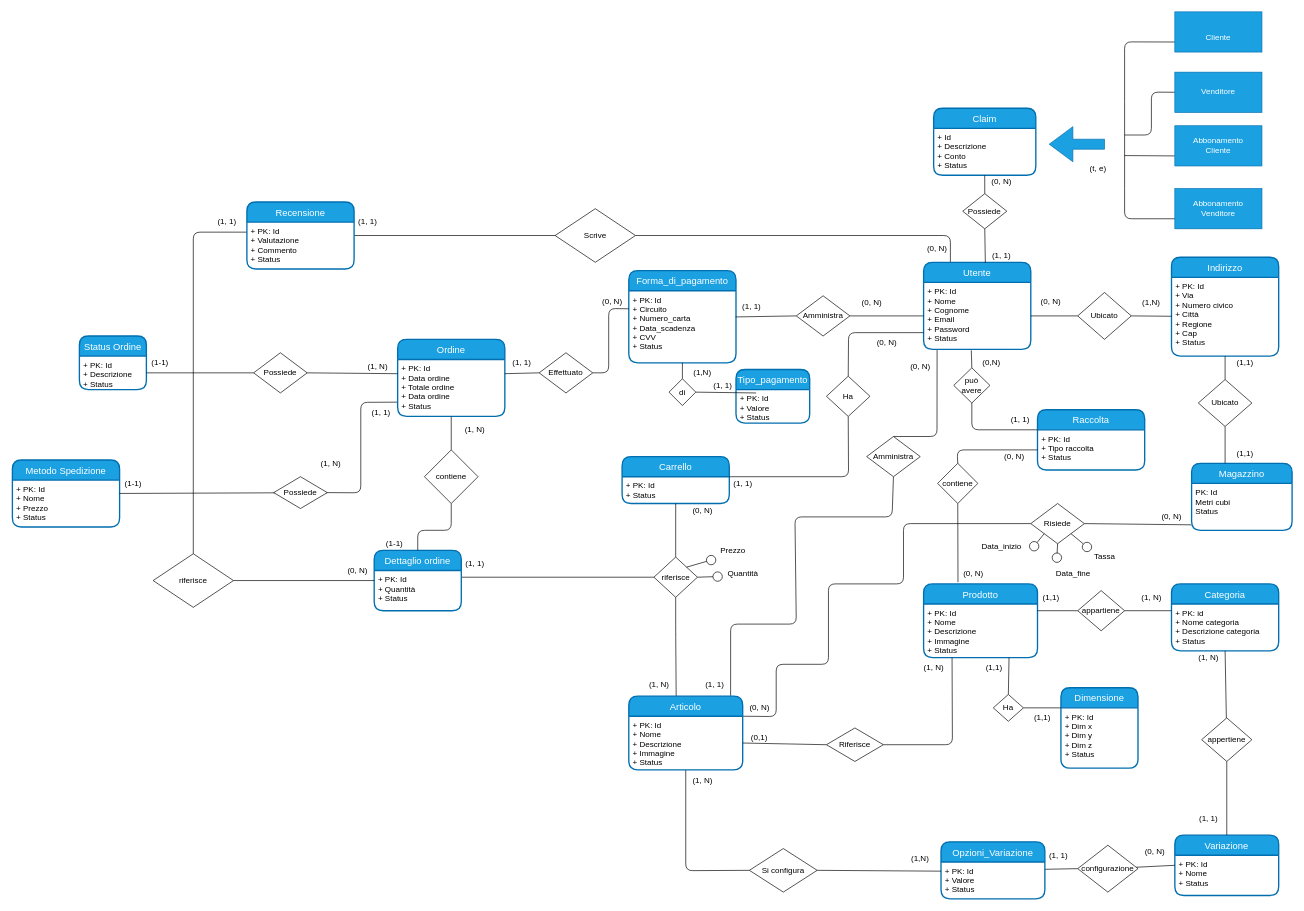
This is doc/schema_concettuale/schema_concettuale.drawio from EndriDomiUni/E-commerce, a draw.io file, before an edit. Source tidied: cells renumbered, new cells numbered last; positions are measured from the earlier drawing's top-left corner, leaving out a move shared by most shapes. Both pictures are drawn from the tidied source at 67%, with x=0, y=0 at pixel (12, 11).
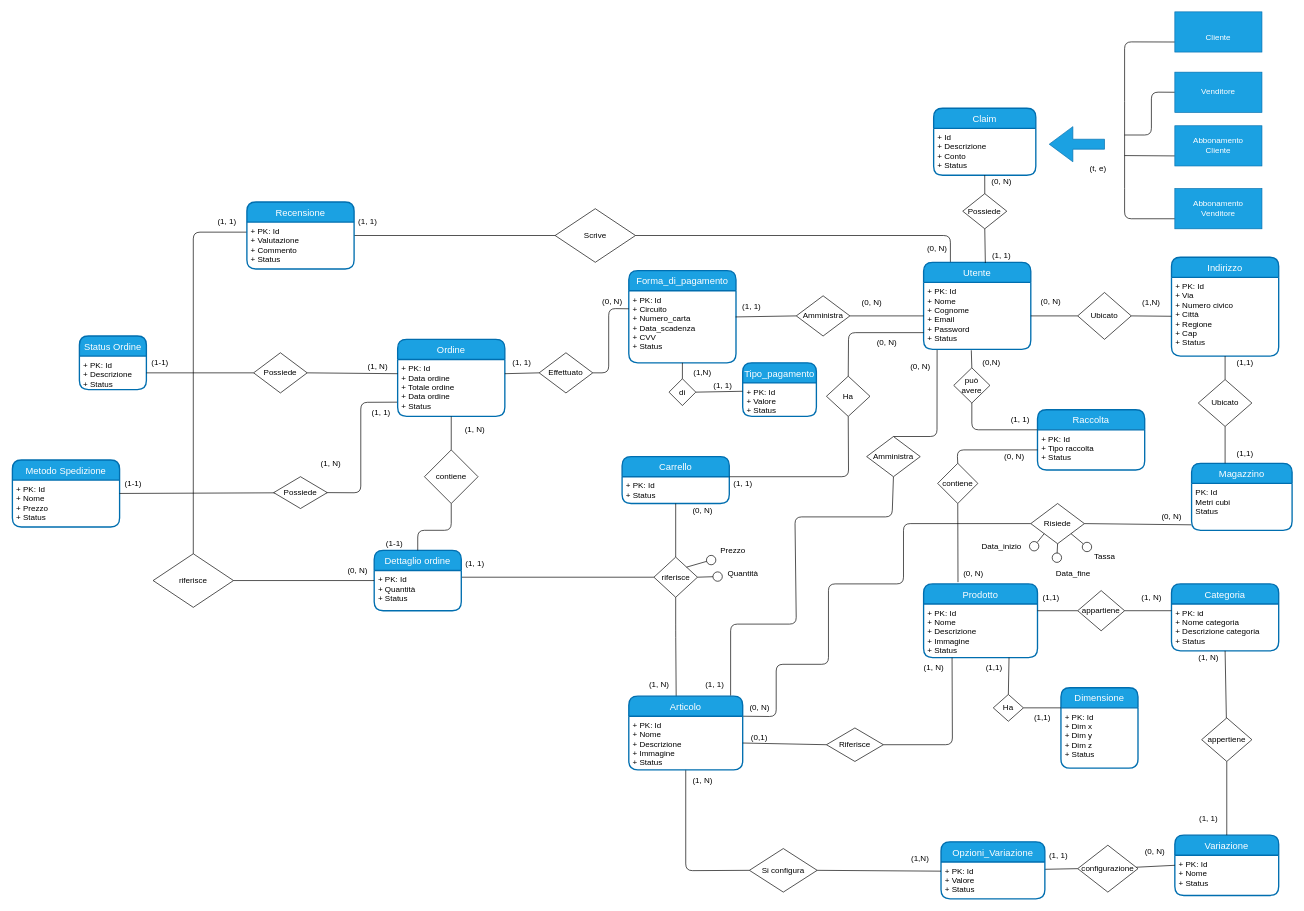
The same page after the edit.

Commit message (it also covers changes not shown here):
Update schema articolo_carrello_ordine

Unchanged cells that the change refers to:
```xml
<mxCell id="15" value="+ PK: Id&#10;+ Valore&#10;+ Status&#10;" style="align=left;strokeColor=none;fillColor=none;spacingLeft=4;fontSize=12;verticalAlign=top;" parent="14" vertex="1">
  <mxGeometry y="30" width="110" height="50" as="geometry" />
</mxCell>
<mxCell id="21" value="di" style="shape=rhombus;perimeter=rhombusPerimeter;whiteSpace=wrap;html=1;align=center;" parent="1" vertex="1">
  <mxGeometry x="980" y="547.8" width="40" height="40" as="geometry" />
</mxCell>
```

Change to the diagram source:
```diff
@@
     <mxCell id="14" value="Tipo_pagamento" style="swimlane;horizontal=1;startSize=30;rounded=1;fontSize=14;fontStyle=0;strokeWidth=2;shadow=0;dashed=0;align=center;fillColor=#1ba1e2;fontColor=#ffffff;strokeColor=#006EAF;" parent="1" vertex="1">
-      <mxGeometry x="1080" y="534" width="110" height="80" as="geometry" />
+      <mxGeometry x="1090" y="524" width="110" height="80" as="geometry" />
     </mxCell>
@@
-    <mxCell id="20" style="edgeStyle=none;html=1;exitX=1;exitY=0.5;exitDx=0;exitDy=0;endArrow=none;endFill=0;" parent="1" edge="1" source="21">
-      <mxGeometry relative="1" as="geometry">
-        <mxPoint x="1110" y="569" as="targetPoint" />
-      </mxGeometry>
+    <mxCell id="20" style="edgeStyle=none;html=1;exitX=1;exitY=0.5;exitDx=0;exitDy=0;endArrow=none;endFill=0;entryX=0;entryY=0.25;entryDx=0;entryDy=0;" parent="1" edge="1" source="21" target="15">
+      <mxGeometry relative="1" as="geometry" />
     </mxCell>
```
